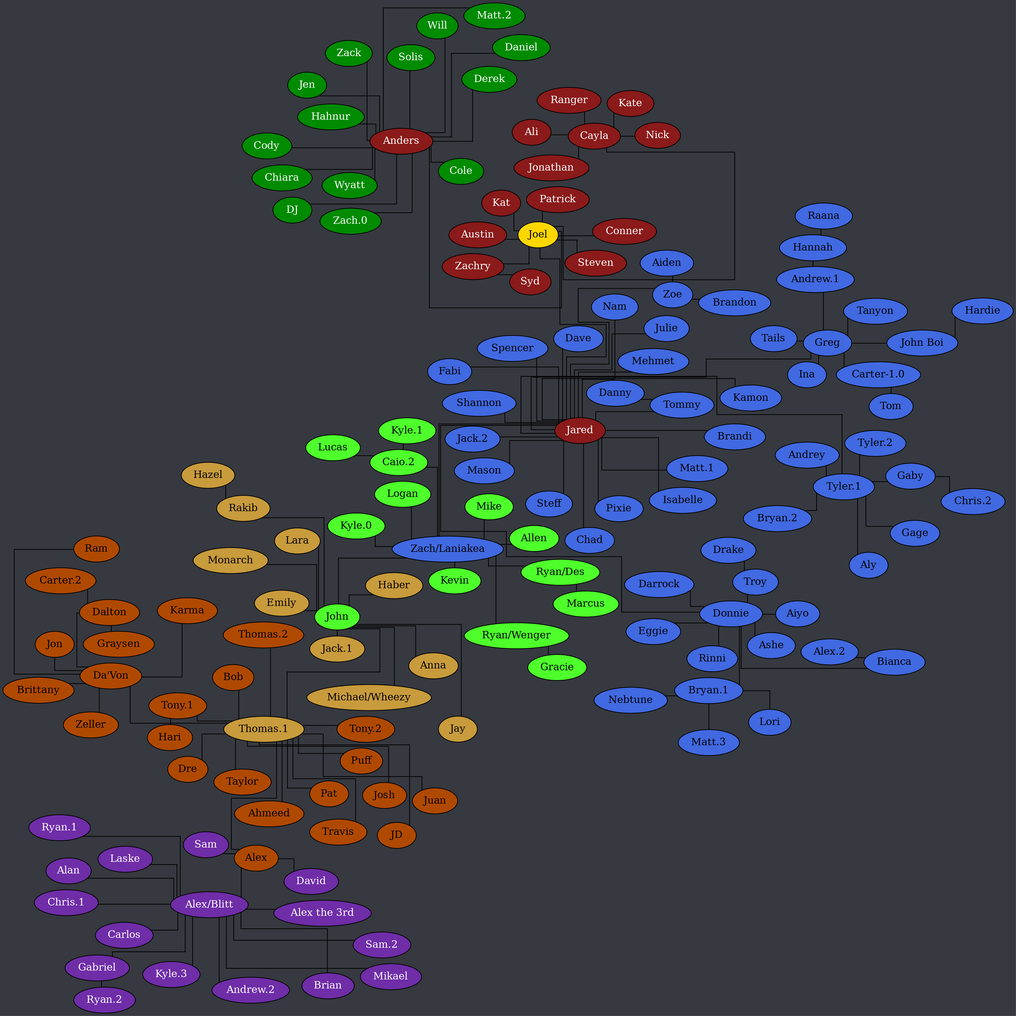
This is tree.png from Documidas/CoronaCatzFamilyTree, a Graphviz export, as it was before one commit. Its source is kept beside it as tree.dot.
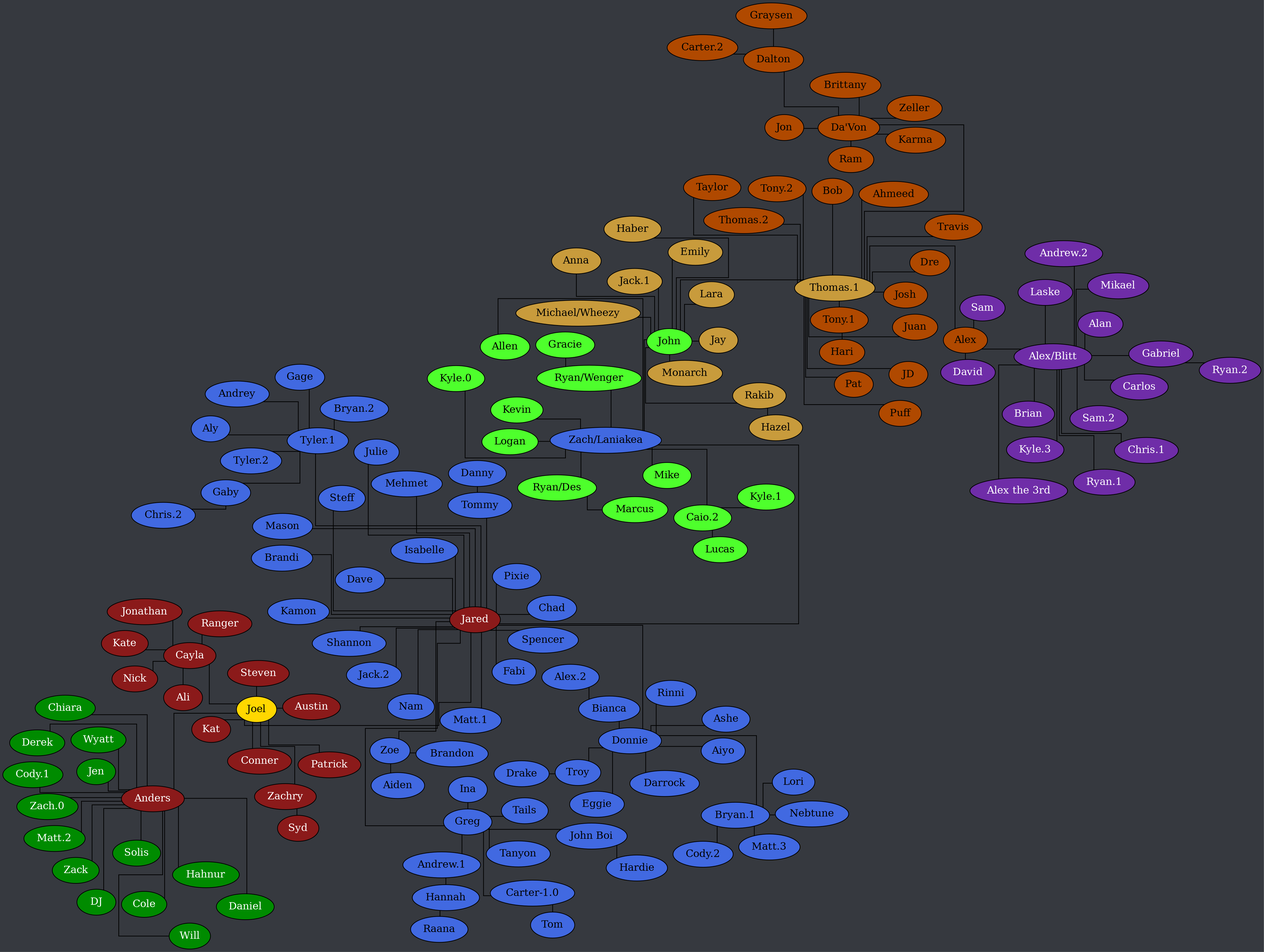
Above is the later version.

What changed in the source:
```diff
@@ -36,7 +36,7 @@
 		node [ style=filled fillcolor="green4" fontcolor="white" ];
 
 		Anders -- Chiara;
-		Anders -- Cody;
+		Anders -- "Cody.1";
 		Anders -- Cole;
 		Anders -- Daniel;
 		Anders -- Derek;
@@ -56,6 +56,7 @@
 
 		"Andrew.1" -- Hannah;
 		Bianca -- "Alex.2";
+		"Bryan.1" -- "Cody.2";
 		"Bryan.1" -- Lori;
 		"Bryan.1" -- "Matt.3";
 		"Bryan.1" -- Nebtune;
```
